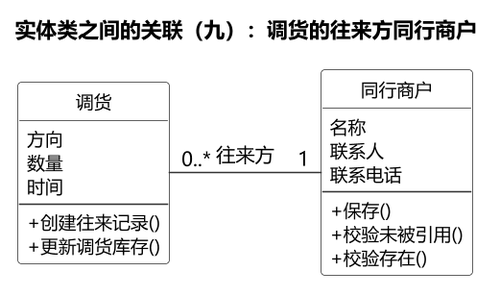
Above: docs/figs/analysis/05b11-entity-money-partner.png in rosefinch55/jade-store-system (PlantUML), before the change.
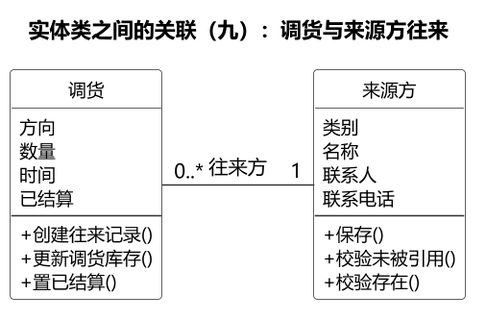
Above is the later version.

What changed in the source:
```diff
@@ -16,17 +16,20 @@
 skinparam classBackgroundColor #FFFFFF
 
 
-title 实体类之间的关联（九）：调货的往来方同行商户
+title 实体类之间的关联（九）：调货与来源方往来
 
 class "调货" as E10 {
     方向
     数量
     时间
+    已结算
     --
     + 创建往来记录()
     + 更新调货库存()
+    + 置已结算()
   }
-class "同行商户" as E20 {
+class "来源方" as SRC {
+    类别
     名称
     联系人
     联系电话
@@ -36,7 +39,7 @@
     + 校验存在()
   }
 
-E10 -[hidden]right- E20
+E10 -[hidden]right- SRC
 
-E20 "1" -left- "0..*" E10 : 往来方
+SRC "1" -left- "0..*" E10 : 往来方
 @enduml
```
